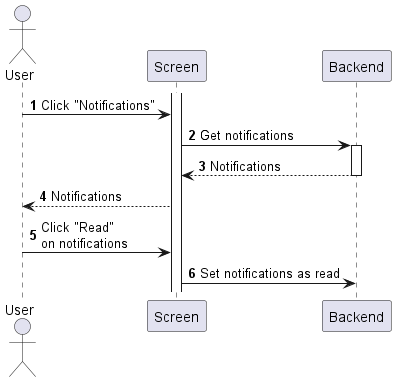
The PlantUML diagram Lab1/Lab1.2/sequences/my-notification-view.png in phihungha/SE357-Practice-class, before a commit. Its diagram source:
```plantuml
@startuml my-notification-view
autonumber

actor "User" as a
participant Screen as f
participant Backend as b

activate f
a -> f : Click "Notifications"
f -> b : Get notifications
activate b
return Notifications
f --> a : Notifications
a -> f : Click "Read"\non notifications
f -> b : Set notifications as read
@enduml
```
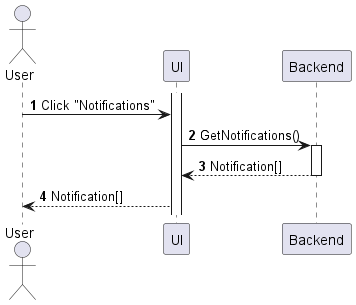
Later version of the same file.

The edit, as a diff of the source:
```diff
@@ -2,15 +2,13 @@
 autonumber
 
 actor "User" as a
-participant Screen as f
+participant UI as f
 participant Backend as b
 
 activate f
 a -> f : Click "Notifications"
-f -> b : Get notifications
+f -> b : GetNotifications()
 activate b
-return Notifications
-f --> a : Notifications
-a -> f : Click "Read"\non notifications
-f -> b : Set notifications as read
+return Notification[]
+f --> a : Notification[]
 @enduml
```
